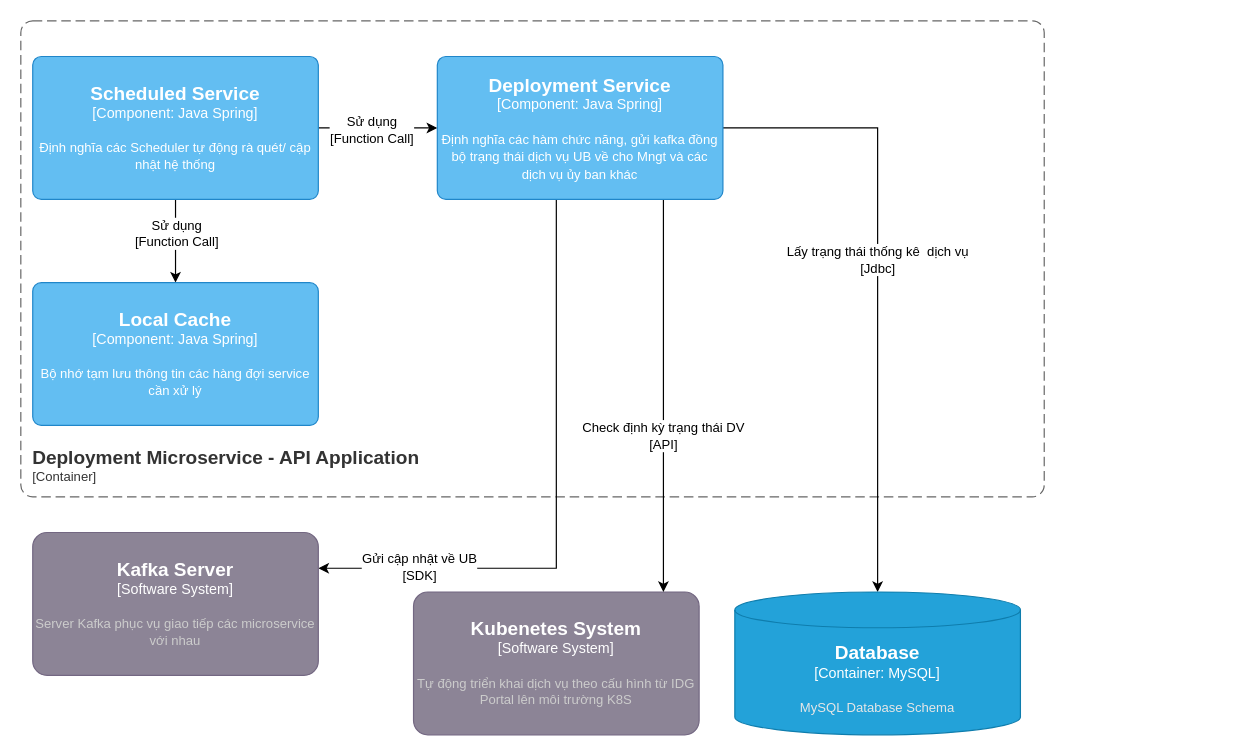
This is Idg-Portal lv3 Deployment API.drawio from dangngocsoncntt/draw.io, a draw.io file, before an edit. Source tidied: cells renumbered, new cells numbered last; positions are measured from the earlier drawing's top-left corner, leaving out a move shared by most shapes. Both pictures are drawn from the tidied source at 119%, with x=0, y=0 at pixel (20, 20).
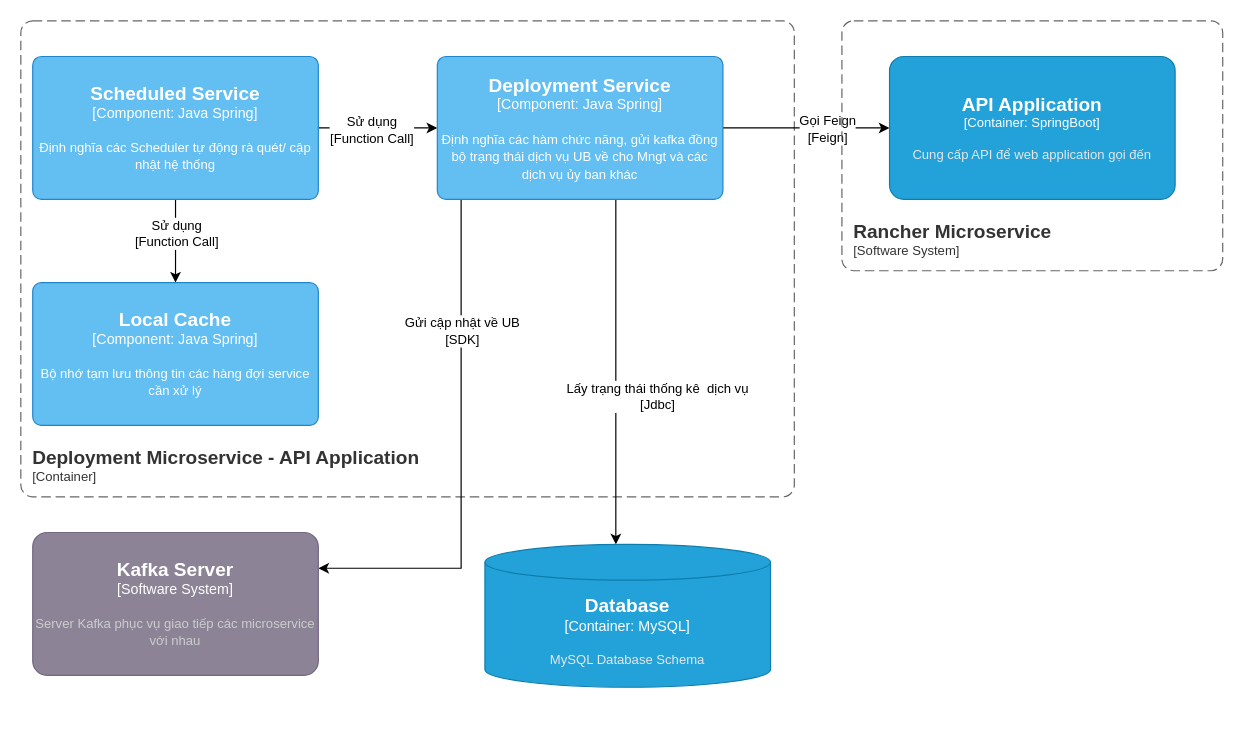
After the change.

The change refers to these unchanged cells:
```xml
<object id="15" label="&lt;font style=&quot;font-size: 16px&quot;&gt;&lt;b&gt;%c4Name%&lt;/b&gt;&lt;/font&gt;&lt;div&gt;[%c4Type%: %c4Technology%]&lt;/div&gt;&lt;br&gt;&lt;div&gt;&lt;font style=&quot;font-size: 11px&quot;&gt;%c4Description%&lt;/font&gt;&lt;/div&gt;" c4Description="Định nghĩa các hàm chức năng, gửi kafka đồng bộ trạng thái dịch vụ UB về cho Mngt và các dịch vụ ủy ban khác" c4Name="Deployment Service" c4Technology="Java Spring" c4Type="Component" placeholders="1">
  <mxCell style="rounded=1;whiteSpace=wrap;html=1;labelBackgroundColor=none;fillColor=#63BEF2;fontColor=#ffffff;align=center;arcSize=6;strokeColor=#2086C9;points=[[0.25,0,0],[0.5,0,0],[0.75,0,0],[1,0.25,0],[1,0.5,0],[1,0.75,0],[0.75,1,0],[0.5,1,0],[0.25,1,0],[0,0.75,0],[0,0.5,0],[0,0.25,0]];" parent="1" vertex="1">
    <mxGeometry x="350" y="30" width="240" height="120" as="geometry" />
  </mxCell>
</object>
<object id="16" label="&lt;font style=&quot;font-size: 16px&quot;&gt;&lt;b&gt;%c4Name%&lt;/b&gt;&lt;/font&gt;&lt;div&gt;[%c4Type%]&lt;/div&gt;&lt;br&gt;&lt;div&gt;&lt;font style=&quot;font-size: 11px&quot;&gt;&lt;font color=&quot;#cccccc&quot;&gt;%c4Description%&lt;/font&gt;&lt;/div&gt;" c4Description="Server Kafka phục vụ giao tiếp các microservice với nhau" c4Name="Kafka Server" c4Type="Software System" placeholders="1">
  <mxCell style="rounded=1;whiteSpace=wrap;html=1;labelBackgroundColor=none;fillColor=#8C8496;fontColor=#ffffff;align=center;arcSize=10;strokeColor=#736782;points=[[0.25,0,0],[0.5,0,0],[0.75,0,0],[1,0.25,0],[1,0.5,0],[1,0.75,0],[0.75,1,0],[0.5,1,0],[0.25,1,0],[0,0.75,0],[0,0.5,0],[0,0.25,0]];" parent="1" vertex="1">
    <mxGeometry x="10" y="430" width="240" height="120" as="geometry" />
  </mxCell>
</object>
```

The edit, as a diff of the source:
```diff
@@
     <object id="2" label="&lt;font style=&quot;font-size: 16px&quot;&gt;&lt;b&gt;&lt;div style=&quot;text-align: left&quot;&gt;%c4Name%&lt;/div&gt;&lt;/b&gt;&lt;/font&gt;&lt;div style=&quot;text-align: left&quot;&gt;[%c4Application%]&lt;/div&gt;" c4Application="Container" c4Name="Deployment Microservice - API Application" placeholders="1">
       <mxCell style="rounded=1;fontSize=11;whiteSpace=wrap;html=1;dashed=1;arcSize=20;fillColor=none;strokeColor=#666666;fontColor=#333333;labelBackgroundColor=none;align=left;verticalAlign=bottom;labelBorderColor=none;spacingTop=0;spacing=10;dashPattern=8 4;perimeter=rectanglePerimeter;noLabel=0;labelPadding=0;absoluteArcSize=1;" parent="1" vertex="1">
-        <mxGeometry width="860" height="400" as="geometry" />
+        <mxGeometry width="650" height="400" as="geometry" />
       </mxCell>
     </object>
-    <object id="3" label="&lt;font style=&quot;font-size: 16px&quot;&gt;&lt;b&gt;%c4Name%&lt;/b&gt;&lt;/font&gt;&lt;div&gt;[%c4Type%]&lt;/div&gt;&lt;br&gt;&lt;div&gt;&lt;font style=&quot;font-size: 11px&quot;&gt;&lt;font color=&quot;#cccccc&quot;&gt;%c4Description%&lt;/font&gt;&lt;/div&gt;" c4Description="Tự động triển khai dịch vụ theo cấu hình từ IDG Portal lên môi trường K8S" c4Name="Kubenetes System" c4Type="Software System" placeholders="1">
-      <mxCell style="rounded=1;whiteSpace=wrap;html=1;labelBackgroundColor=none;fillColor=#8C8496;fontColor=#ffffff;align=center;arcSize=10;strokeColor=#736782;points=[[0.25,0,0],[0.5,0,0],[0.75,0,0],[1,0.25,0],[1,0.5,0],[1,0.75,0],[0.75,1,0],[0.5,1,0],[0.25,1,0],[0,0.75,0],[0,0.5,0],[0,0.25,0]];" parent="1" vertex="1">
-        <mxGeometry x="330" y="480" width="240" height="120" as="geometry" />
-      </mxCell>
-    </object>
@@
-    <mxCell id="9" style="edgeStyle=orthogonalEdgeStyle;rounded=0;jettySize=auto;html=1;" parent="1" edge="1" source="15" target="3">
-      <mxGeometry relative="1" as="geometry">
-        <Array as="points">
-          <mxPoint x="540" y="260" />
-          <mxPoint x="540" y="260" />
-        </Array>
-      </mxGeometry>
-    </mxCell>
-    <mxCell id="10" value="Check định kỳ trạng thái DV&lt;br&gt;[API]" style="edgeLabel;html=1;align=center;verticalAlign=middle;" parent="9" vertex="1">
-      <mxGeometry x="0.2" y="-1" relative="1" as="geometry" />
-    </mxCell>
     <mxCell id="11" style="edgeStyle=orthogonalEdgeStyle;rounded=0;jettySize=auto;html=1;" parent="1" edge="1" source="15" target="16">
       <mxGeometry relative="1" as="geometry">
         <Array as="points">
-          <mxPoint x="450" y="460" />
+          <mxPoint x="370" y="460" />
         </Array>
       </mxGeometry>
     </mxCell>
     <mxCell id="12" value="Gửi cập nhật về UB&lt;br&gt;[SDK]" style="edgeLabel;html=1;align=center;verticalAlign=middle;" parent="11" vertex="1">
-      <mxGeometry x="0.67" y="-2" relative="1" as="geometry" />
+      <mxGeometry x="0.67" y="-2" relative="1" as="geometry">
+        <mxPoint x="49" y="-198" as="offset" />
+      </mxGeometry>
     </mxCell>
     <mxCell id="13" style="edgeStyle=orthogonalEdgeStyle;rounded=0;jettySize=auto;html=1;" parent="1" edge="1" source="15" target="18">
-      <mxGeometry relative="1" as="geometry" />
+      <mxGeometry relative="1" as="geometry">
+        <Array as="points">
+          <mxPoint x="500" y="210" />
+          <mxPoint x="500" y="210" />
+        </Array>
+      </mxGeometry>
     </mxCell>
@@
+    <mxCell id="19" style="edgeStyle=orthogonalEdgeStyle;rounded=0;jettySize=auto;html=1;" parent="1" edge="1" source="15" target="21">
+      <mxGeometry relative="1" as="geometry" />
+    </mxCell>
+    <mxCell id="20" value="Gọi Feign&lt;br&gt;[Feign]" style="edgeLabel;html=1;align=center;verticalAlign=middle;" parent="19" vertex="1">
+      <mxGeometry x="0.24" relative="1" as="geometry" />
+    </mxCell>
@@
     <object id="18" label="&lt;font style=&quot;font-size: 16px&quot;&gt;&lt;b&gt;%c4Type%&lt;/b&gt;&lt;/font&gt;&lt;div&gt;[%c4Container%:&amp;nbsp;%c4Technology%]&lt;/div&gt;&lt;br&gt;&lt;div&gt;&lt;font style=&quot;font-size: 11px&quot;&gt;&lt;font color=&quot;#E6E6E6&quot;&gt;%c4Description%&lt;/font&gt;&lt;/div&gt;" c4Container="Container" c4Description="MySQL Database Schema" c4Technology="MySQL" c4Type="Database" placeholders="1">
       <mxCell style="shape=cylinder3;size=15;whiteSpace=wrap;html=1;boundedLbl=1;rounded=0;labelBackgroundColor=none;fillColor=#23A2D9;fontSize=12;fontColor=#ffffff;align=center;strokeColor=#0E7DAD;points=[[0.5,0,0],[1,0.25,0],[1,0.5,0],[1,0.75,0],[0.5,1,0],[0,0.75,0],[0,0.5,0],[0,0.25,0]];" parent="1" vertex="1">
-        <mxGeometry x="600" y="480" width="240" height="120" as="geometry" />
+        <mxGeometry x="390" y="440" width="240" height="120" as="geometry" />
       </mxCell>
     </object>
+    <object id="21" label="&lt;font style=&quot;font-size: 16px&quot;&gt;&lt;b&gt;%c4Name%&lt;/b&gt;&lt;/font&gt;&lt;div&gt;[%c4Type%: %c4Technology%]&lt;/div&gt;&lt;br&gt;&lt;div&gt;&lt;font style=&quot;font-size: 11px&quot;&gt;&lt;font color=&quot;#E6E6E6&quot;&gt;%c4Description%&lt;/font&gt;&lt;/div&gt;" c4Description="Cung cấp API để web application gọi đến " c4Name="API Application" c4Technology="SpringBoot" c4Type="Container" placeholders="1">
+      <mxCell style="rounded=1;whiteSpace=wrap;html=1;fontSize=11;labelBackgroundColor=none;fillColor=#23A2D9;fontColor=#ffffff;align=center;arcSize=10;strokeColor=#0E7DAD;points=[[0.25,0,0],[0.5,0,0],[0.75,0,0],[1,0.25,0],[1,0.5,0],[1,0.75,0],[0.75,1,0],[0.5,1,0],[0.25,1,0],[0,0.75,0],[0,0.5,0],[0,0.25,0]];" parent="1" vertex="1">
+        <mxGeometry x="730" y="30" width="240" height="120" as="geometry" />
+      </mxCell>
+    </object>
+    <object id="22" label="&lt;font style=&quot;font-size: 16px&quot;&gt;&lt;b&gt;&lt;div style=&quot;text-align: left&quot;&gt;%c4Name%&lt;/div&gt;&lt;/b&gt;&lt;/font&gt;&lt;div style=&quot;text-align: left&quot;&gt;[%c4Application%]&lt;/div&gt;" c4Application="Software System" c4Name="Rancher Microservice" placeholders="1">
+      <mxCell style="rounded=1;fontSize=11;whiteSpace=wrap;html=1;dashed=1;arcSize=20;fillColor=none;strokeColor=#666666;fontColor=#333333;labelBackgroundColor=none;align=left;verticalAlign=bottom;labelBorderColor=none;spacingTop=0;spacing=10;dashPattern=8 4;perimeter=rectanglePerimeter;noLabel=0;labelPadding=0;absoluteArcSize=1;" parent="1" vertex="1">
+        <mxGeometry x="690" width="320" height="210" as="geometry" />
+      </mxCell>
+    </object>
```
